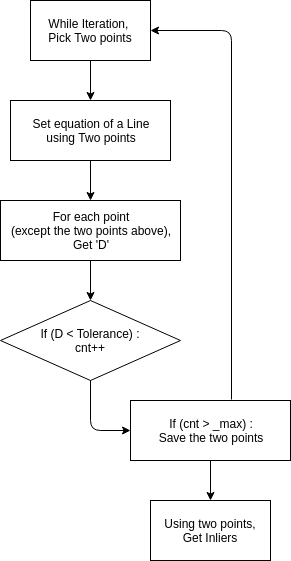
Above: ransac2D.png in DonghoonPark12/SensorFusion (draw.io), before the change. Source tidied: cells renumbered, new cells last; positions are measured from the earlier drawing's top-left corner, leaving out a move shared by most shapes. Source of this version:
```xml
<mxGraphModel background="#ffffff">
  <root>
    <mxCell id="0" />
    <mxCell id="1" parent="0" />
    <mxCell id="2" value="While Iteration, &lt;br&gt;Pick Two points" style="rounded=0;whiteSpace=wrap;html=1;" parent="1" vertex="1">
      <mxGeometry x="30" width="120" height="60" as="geometry" />
    </mxCell>
    <mxCell id="3" value="Set equation of a Line&lt;br&gt;using Two points" style="rounded=0;whiteSpace=wrap;html=1;" parent="1" vertex="1">
      <mxGeometry x="10" y="100" width="160" height="60" as="geometry" />
    </mxCell>
    <mxCell id="4" style="endArrow=classic;html=1;entryX=0.5;entryY=0;entryDx=0;entryDy=0;exitX=0.5;exitY=1;exitDx=0;exitDy=0;" parent="1" edge="1" source="2" target="3">
      <mxGeometry relative="1" as="geometry" />
    </mxCell>
    <mxCell id="5" value="For each point&lt;br&gt;(except the two points above),&lt;br&gt;Get 'D'" style="rounded=0;whiteSpace=wrap;html=1;" parent="1" vertex="1">
      <mxGeometry y="200" width="180" height="60" as="geometry" />
    </mxCell>
    <mxCell id="6" value="If (D &amp;lt; Tolerance) :&lt;br&gt;cnt++" style="rhombus;whiteSpace=wrap;html=1;" parent="1" vertex="1">
      <mxGeometry y="300" width="180" height="80" as="geometry" />
    </mxCell>
    <mxCell id="7" value="If (cnt &amp;gt; _max) :&lt;br&gt;Save the two points" style="rounded=0;whiteSpace=wrap;html=1;" parent="1" vertex="1">
      <mxGeometry x="130" y="400" width="160" height="60" as="geometry" />
    </mxCell>
    <mxCell id="8" style="edgeStyle=segmentEdgeStyle;endArrow=classic;html=1;entryX=0;entryY=0.5;entryDx=0;entryDy=0;exitX=0.5;exitY=1;exitDx=0;exitDy=0;" parent="1" edge="1" source="6" target="7">
      <mxGeometry relative="1" as="geometry">
        <Array as="points">
          <mxPoint x="90" y="430" />
        </Array>
      </mxGeometry>
    </mxCell>
    <mxCell id="9" style="endArrow=classic;html=1;entryX=0.5;entryY=0;entryDx=0;entryDy=0;exitX=0.5;exitY=1;exitDx=0;exitDy=0;" parent="1" edge="1" source="3" target="5">
      <mxGeometry relative="1" as="geometry" />
    </mxCell>
    <mxCell id="10" style="endArrow=classic;html=1;entryX=0.5;entryY=0;entryDx=0;entryDy=0;" parent="1" edge="1" source="5" target="6">
      <mxGeometry relative="1" as="geometry" />
    </mxCell>
    <mxCell id="11" style="edgeStyle=segmentEdgeStyle;endArrow=classic;html=1;entryX=1;entryY=0.5;entryDx=0;entryDy=0;exitX=0.631;exitY=-0.017;exitDx=0;exitDy=0;exitPerimeter=0;" parent="1" edge="1" source="7" target="2">
      <mxGeometry relative="1" as="geometry">
        <Array as="points">
          <mxPoint x="231" y="30" />
        </Array>
      </mxGeometry>
    </mxCell>
    <mxCell id="12" style="endArrow=classic;html=1;exitX=0.5;exitY=1;exitDx=0;exitDy=0;" parent="1" edge="1" source="7">
      <mxGeometry relative="1" as="geometry">
        <mxPoint x="210" y="500" as="targetPoint" />
      </mxGeometry>
    </mxCell>
    <mxCell id="13" value="Using two points,&lt;br&gt;Get Inliers" style="rounded=0;whiteSpace=wrap;html=1;" parent="1" vertex="1">
      <mxGeometry x="150" y="500" width="120" height="60" as="geometry" />
    </mxCell>
  </root>
</mxGraphModel>
```
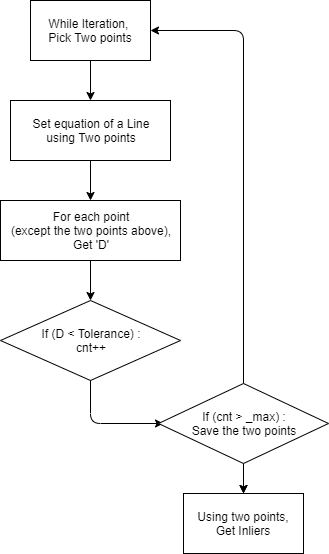
Above is the later version.

Diff of the diagram source:
```diff
@@ -17,13 +17,11 @@
     <mxCell id="6" value="If (D &amp;lt; Tolerance) :&lt;br&gt;cnt++" style="rhombus;whiteSpace=wrap;html=1;" parent="1" vertex="1">
       <mxGeometry y="300" width="180" height="80" as="geometry" />
     </mxCell>
-    <mxCell id="7" value="If (cnt &amp;gt; _max) :&lt;br&gt;Save the two points" style="rounded=0;whiteSpace=wrap;html=1;" parent="1" vertex="1">
-      <mxGeometry x="130" y="400" width="160" height="60" as="geometry" />
-    </mxCell>
-    <mxCell id="8" style="edgeStyle=segmentEdgeStyle;endArrow=classic;html=1;entryX=0;entryY=0.5;entryDx=0;entryDy=0;exitX=0.5;exitY=1;exitDx=0;exitDy=0;" parent="1" edge="1" source="6" target="7">
+    <mxCell id="8" style="edgeStyle=segmentEdgeStyle;endArrow=classic;html=1;entryX=0;entryY=0.5;entryDx=0;entryDy=0;exitX=0.5;exitY=1;exitDx=0;exitDy=0;" parent="1" edge="1" source="6">
       <mxGeometry relative="1" as="geometry">
+        <mxPoint x="163" y="423" as="targetPoint" />
         <Array as="points">
-          <mxPoint x="90" y="430" />
+          <mxPoint x="90" y="423" />
         </Array>
       </mxGeometry>
     </mxCell>
@@ -33,20 +31,29 @@
     <mxCell id="10" style="endArrow=classic;html=1;entryX=0.5;entryY=0;entryDx=0;entryDy=0;" parent="1" edge="1" source="5" target="6">
       <mxGeometry relative="1" as="geometry" />
     </mxCell>
-    <mxCell id="11" style="edgeStyle=segmentEdgeStyle;endArrow=classic;html=1;entryX=1;entryY=0.5;entryDx=0;entryDy=0;exitX=0.631;exitY=-0.017;exitDx=0;exitDy=0;exitPerimeter=0;" parent="1" edge="1" source="7" target="2">
-      <mxGeometry relative="1" as="geometry">
-        <Array as="points">
-          <mxPoint x="231" y="30" />
-        </Array>
-      </mxGeometry>
-    </mxCell>
-    <mxCell id="12" style="endArrow=classic;html=1;exitX=0.5;exitY=1;exitDx=0;exitDy=0;" parent="1" edge="1" source="7">
+    <mxCell id="12" style="endArrow=classic;html=1;exitX=0.5;exitY=1;exitDx=0;exitDy=0;" parent="1" edge="1">
       <mxGeometry relative="1" as="geometry">
-        <mxPoint x="210" y="500" as="targetPoint" />
+        <mxPoint x="243" y="453" as="sourcePoint" />
+        <mxPoint x="243" y="493" as="targetPoint" />
       </mxGeometry>
     </mxCell>
     <mxCell id="13" value="Using two points,&lt;br&gt;Get Inliers" style="rounded=0;whiteSpace=wrap;html=1;" parent="1" vertex="1">
-      <mxGeometry x="150" y="500" width="120" height="60" as="geometry" />
+      <mxGeometry x="183" y="493" width="120" height="60" as="geometry" />
     </mxCell>
+    <mxCell id="14" style="edgeStyle=orthogonalEdgeStyle;rounded=0;jettySize=auto;html=1;" parent="1" edge="1" target="13">
+      <mxGeometry relative="1" as="geometry">
+        <mxPoint x="243" y="463" as="sourcePoint" />
+      </mxGeometry>
+    </mxCell>
+    <mxCell id="7" value="&lt;span style=&quot;white-space: normal&quot;&gt;If (cnt &amp;gt; _max) :&lt;/span&gt;&lt;br style=&quot;white-space: normal&quot;&gt;&lt;span style=&quot;white-space: normal&quot;&gt;Save the two points&lt;/span&gt;" style="rhombus;whiteSpace=wrap;html=1;" parent="1" vertex="1">
+      <mxGeometry x="158" y="383" width="170" height="80" as="geometry" />
+    </mxCell>
+    <mxCell id="11" style="edgeStyle=segmentEdgeStyle;endArrow=classic;html=1;entryX=1;entryY=0.5;entryDx=0;entryDy=0;exitX=0.5;exitY=0;exitDx=0;exitDy=0;" parent="1" edge="1" source="7" target="2">
+      <mxGeometry relative="1" as="geometry">
+        <Array as="points">
+          <mxPoint x="243" y="30" />
+        </Array>
+      </mxGeometry>
+    </mxCell>
   </root>
 </mxGraphModel>
```
